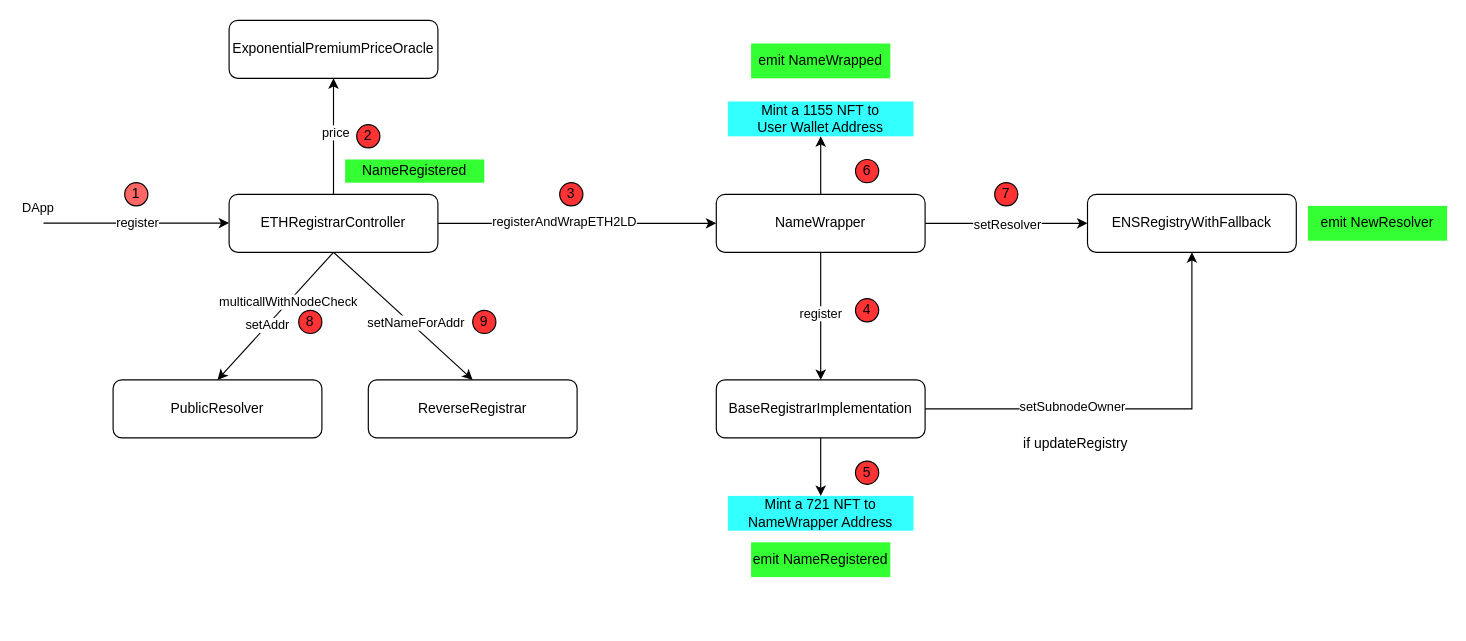
Earlier version of the draw.io diagram page "ens" (4 of 5) of outdoor.drawio (jxu86/project-uml). Source tidied: cells renumbered, new cells numbered last; positions are measured from the earlier drawing's top-left corner, leaving out a move shared by most shapes. Both pictures are drawn from the tidied source at 116%, with x=0, y=0 at pixel (43, 20).
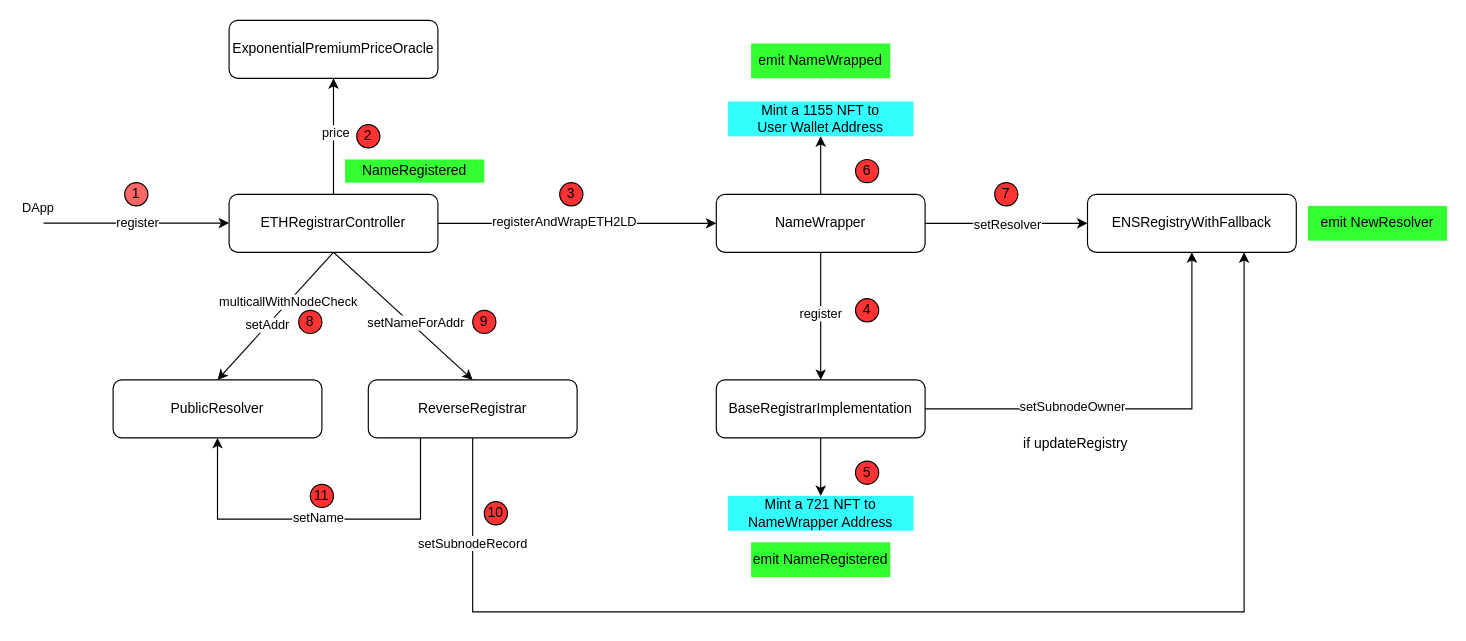
After the change.

The change refers to these unchanged cells:
```xml
<mxCell id="16" value="ReverseRegistrar" style="rounded=1;whiteSpace=wrap;html=1;" parent="1" vertex="1">
  <mxGeometry x="280" y="310" width="180" height="50" as="geometry" />
</mxCell>
<mxCell id="17" value="ENSRegistryWithFallback" style="rounded=1;whiteSpace=wrap;html=1;" parent="1" vertex="1">
  <mxGeometry x="900" y="150" width="180" height="50" as="geometry" />
</mxCell>
<mxCell id="25" value="PublicResolver" style="rounded=1;whiteSpace=wrap;html=1;" parent="1" vertex="1">
  <mxGeometry x="60" y="310" width="180" height="50" as="geometry" />
</mxCell>
```

What changed in the source:
```diff
@@
+    <mxCell id="45" style="edgeStyle=orthogonalEdgeStyle;rounded=0;jettySize=auto;html=1;exitX=0.5;exitY=1;exitDx=0;exitDy=0;entryX=0.75;entryY=1;entryDx=0;entryDy=0;" parent="1" edge="1" source="16" target="17">
+      <mxGeometry relative="1" as="geometry">
+        <Array as="points">
+          <mxPoint x="370" y="510" />
+          <mxPoint x="1035" y="510" />
+        </Array>
+      </mxGeometry>
+    </mxCell>
+    <mxCell id="46" value="setSubnodeRecord" style="edgeLabel;html=1;align=center;verticalAlign=middle;" parent="45" vertex="1">
+      <mxGeometry x="-0.84" y="-1" relative="1" as="geometry" />
+    </mxCell>
+    <mxCell id="47" style="edgeStyle=orthogonalEdgeStyle;rounded=0;jettySize=auto;html=1;exitX=0.25;exitY=1;exitDx=0;exitDy=0;entryX=0.5;entryY=1;entryDx=0;entryDy=0;" parent="1" edge="1" source="16" target="25">
+      <mxGeometry relative="1" as="geometry">
+        <Array as="points">
+          <mxPoint x="325" y="430" />
+          <mxPoint x="150" y="430" />
+        </Array>
+      </mxGeometry>
+    </mxCell>
+    <mxCell id="48" value="setName" style="edgeLabel;html=1;align=center;verticalAlign=middle;" parent="47" vertex="1">
+      <mxGeometry x="0.01" y="-2" relative="1" as="geometry" />
+    </mxCell>
@@
+    <mxCell id="49" value="10" style="ellipse;whiteSpace=wrap;html=1;fillColor=#FF3333;" parent="1" vertex="1">
+      <mxGeometry x="380" y="415" width="20" height="20" as="geometry" />
+    </mxCell>
+    <mxCell id="50" value="11" style="ellipse;whiteSpace=wrap;html=1;fillColor=#FF3333;" parent="1" vertex="1">
+      <mxGeometry x="230" y="400" width="20" height="20" as="geometry" />
+    </mxCell>
```
